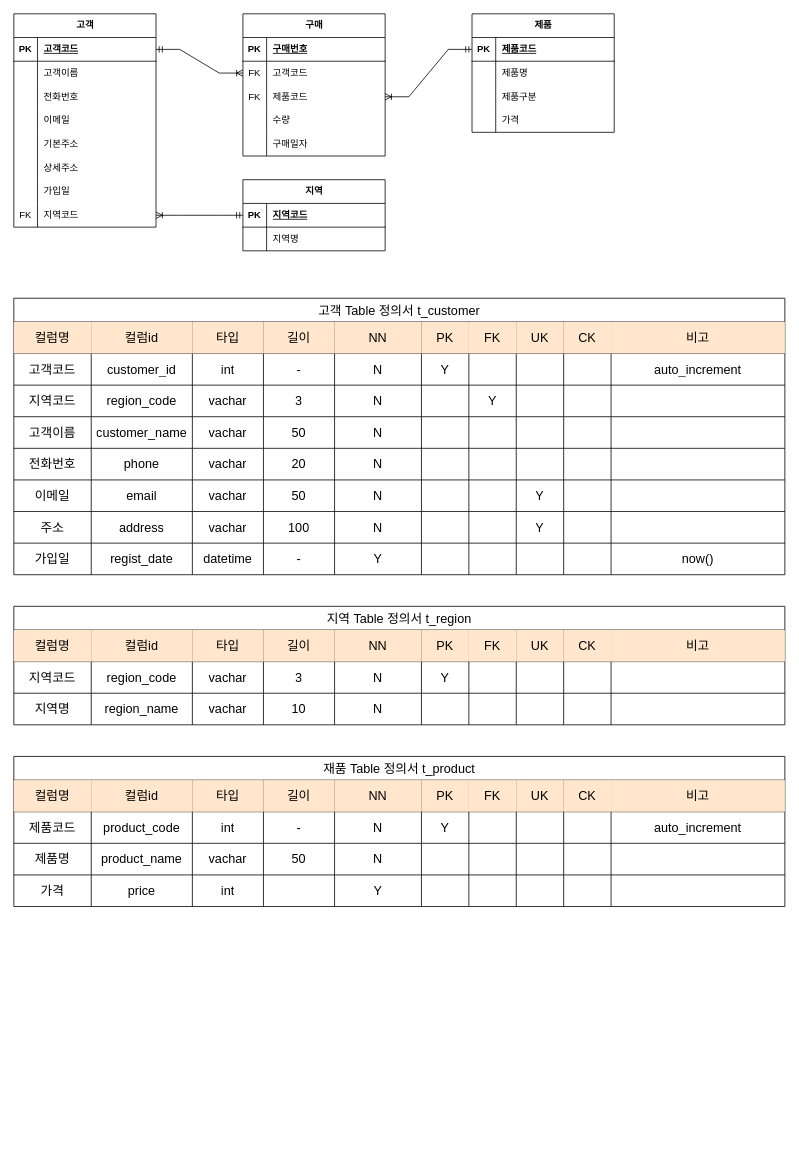
Earlier version of the draw.io diagram page "페이지-2" (2 of 2) of 제목 없는 다이어그램.drawio (joohyunProjectStorage/erd_sample). Source tidied: cells renumbered, new cells numbered last; positions are measured from the earlier drawing's top-left corner, leaving out a move shared by most shapes. Both pictures are drawn from the tidied source at 79%, with x=0, y=0 at pixel (13, 13).
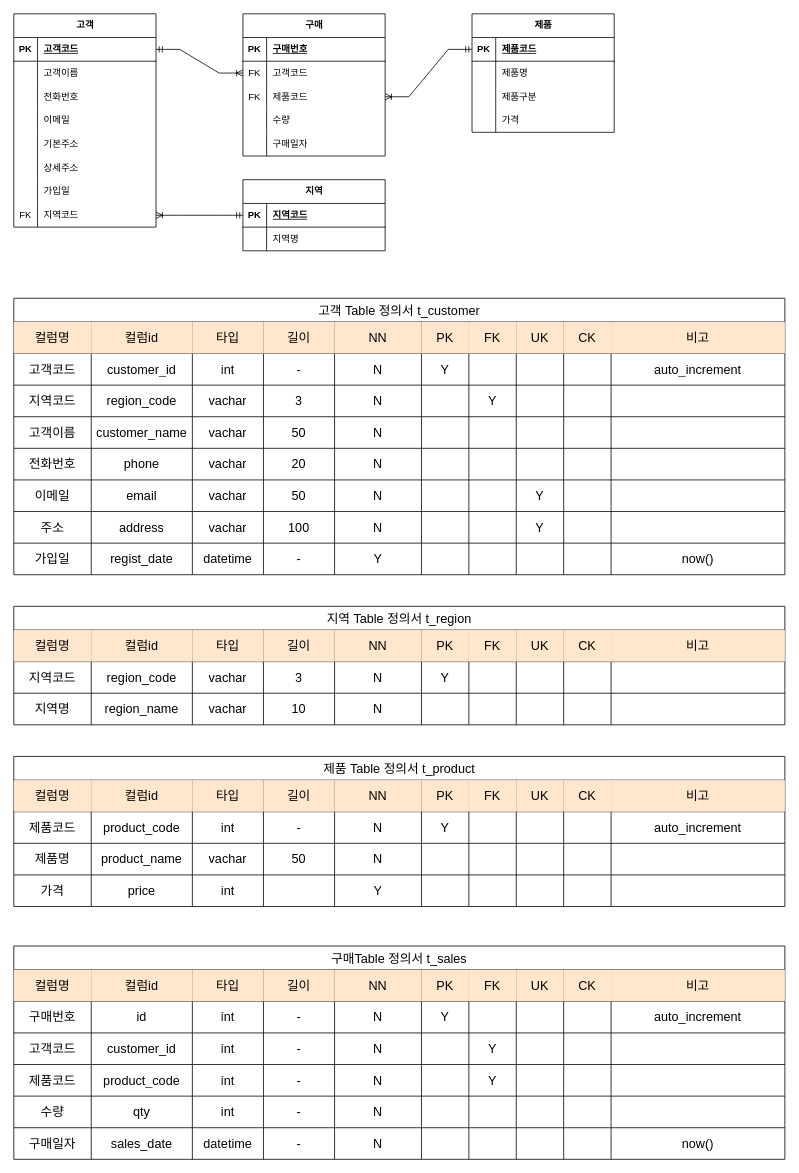
After the change.

Commit message (it also covers changes not shown here):
제목 없는 다이어그램.drawio 업데이트

Diff of the diagram source:
```diff
@@
-    <mxCell id="189" value="재품 Table 정의서 t_product" style="shape=table;startSize=30;childLayout=tableLayout;strokeColor=default;fontSize=16;" parent="1" vertex="1">
+    <mxCell id="189" value="제품 Table 정의서 t_product" style="shape=table;startSize=30;childLayout=tableLayout;strokeColor=default;fontSize=16;" parent="1" vertex="1">
       <mxGeometry y="940" width="976" height="190" as="geometry" />
     </mxCell>
@@
+    <mxCell id="234" value="구매Table 정의서 t_sales" style="shape=table;startSize=30;childLayout=tableLayout;strokeColor=default;fontSize=16;" parent="1" vertex="1">
+      <mxGeometry y="1180" width="976" height="270" as="geometry" />
+    </mxCell>
+    <mxCell id="235" style="shape=tableRow;horizontal=0;startSize=0;swimlaneHead=0;swimlaneBody=0;strokeColor=inherit;top=0;left=0;bottom=0;right=0;fillColor=none;fontSize=16;" parent="234" vertex="1">
+      <mxGeometry y="30" width="976" height="40" as="geometry" />
+    </mxCell>
+    <mxCell id="236" value="컬럼명" style="shape=partialRectangle;html=1;whiteSpace=wrap;strokeColor=#d79b00;overflow=hidden;fillColor=#ffe6cc;top=0;left=0;bottom=0;right=0;fontSize=16;" parent="235" vertex="1">
+      <mxGeometry width="98" height="40" as="geometry" />
+    </mxCell>
+    <mxCell id="237" value="컬럼id" style="shape=partialRectangle;html=1;whiteSpace=wrap;strokeColor=#d79b00;overflow=hidden;fillColor=#ffe6cc;top=0;left=0;bottom=0;right=0;fontSize=16;" parent="235" vertex="1">
+      <mxGeometry x="98" width="128" height="40" as="geometry" />
+    </mxCell>
+    <mxCell id="238" value="타입" style="shape=partialRectangle;html=1;whiteSpace=wrap;strokeColor=#d79b00;overflow=hidden;fillColor=#ffe6cc;top=0;left=0;bottom=0;right=0;fontSize=16;" parent="235" vertex="1">
+      <mxGeometry x="226" width="90" height="40" as="geometry" />
+    </mxCell>
+    <mxCell id="239" value="길이" style="shape=partialRectangle;html=1;whiteSpace=wrap;strokeColor=#d79b00;overflow=hidden;fillColor=#ffe6cc;top=0;left=0;bottom=0;right=0;fontSize=16;" parent="235" vertex="1">
+      <mxGeometry x="316" width="90" height="40" as="geometry" />
+    </mxCell>
+    <mxCell id="240" value="NN" style="shape=partialRectangle;html=1;whiteSpace=wrap;strokeColor=#d79b00;overflow=hidden;fillColor=#ffe6cc;top=0;left=0;bottom=0;right=0;fontSize=16;" parent="235" vertex="1">
+      <mxGeometry x="406" width="110" height="40" as="geometry" />
+    </mxCell>
+    <mxCell id="241" value="PK" style="shape=partialRectangle;html=1;whiteSpace=wrap;strokeColor=#d79b00;overflow=hidden;fillColor=#ffe6cc;top=0;left=0;bottom=0;right=0;fontSize=16;" parent="235" vertex="1">
+      <mxGeometry x="516" width="60" height="40" as="geometry" />
+    </mxCell>
+    <mxCell id="242" value="FK" style="shape=partialRectangle;html=1;whiteSpace=wrap;strokeColor=#d79b00;overflow=hidden;fillColor=#ffe6cc;top=0;left=0;bottom=0;right=0;fontSize=16;" parent="235" vertex="1">
+      <mxGeometry x="576" width="60" height="40" as="geometry" />
+    </mxCell>
+    <mxCell id="243" value="UK" style="shape=partialRectangle;html=1;whiteSpace=wrap;strokeColor=#d79b00;overflow=hidden;fillColor=#ffe6cc;top=0;left=0;bottom=0;right=0;fontSize=16;" parent="235" vertex="1">
+      <mxGeometry x="636" width="60" height="40" as="geometry" />
+    </mxCell>
+    <mxCell id="244" value="CK" style="shape=partialRectangle;html=1;whiteSpace=wrap;strokeColor=#d79b00;overflow=hidden;fillColor=#ffe6cc;top=0;left=0;bottom=0;right=0;fontSize=16;" parent="235" vertex="1">
+      <mxGeometry x="696" width="60" height="40" as="geometry" />
+    </mxCell>
+    <mxCell id="245" value="비고" style="shape=partialRectangle;html=1;whiteSpace=wrap;strokeColor=#d79b00;overflow=hidden;fillColor=#ffe6cc;top=0;left=0;bottom=0;right=0;fontSize=16;" parent="235" vertex="1">
+      <mxGeometry x="756" width="220" height="40" as="geometry" />
+    </mxCell>
+    <mxCell id="246" style="shape=tableRow;horizontal=0;startSize=0;swimlaneHead=0;swimlaneBody=0;strokeColor=inherit;top=0;left=0;bottom=0;right=0;fillColor=none;fontSize=16;" parent="234" vertex="1">
+      <mxGeometry y="70" width="976" height="40" as="geometry" />
+    </mxCell>
+    <mxCell id="247" value="구매번호" style="shape=partialRectangle;html=1;whiteSpace=wrap;strokeColor=inherit;overflow=hidden;fillColor=none;top=0;left=0;bottom=0;right=0;fontSize=16;" parent="246" vertex="1">
+      <mxGeometry width="98" height="40" as="geometry" />
+    </mxCell>
+    <mxCell id="248" value="id" style="shape=partialRectangle;html=1;whiteSpace=wrap;strokeColor=inherit;overflow=hidden;fillColor=none;top=0;left=0;bottom=0;right=0;fontSize=16;" parent="246" vertex="1">
+      <mxGeometry x="98" width="128" height="40" as="geometry" />
+    </mxCell>
+    <mxCell id="249" value="int" style="shape=partialRectangle;html=1;whiteSpace=wrap;strokeColor=inherit;overflow=hidden;fillColor=none;top=0;left=0;bottom=0;right=0;fontSize=16;" parent="246" vertex="1">
+      <mxGeometry x="226" width="90" height="40" as="geometry" />
+    </mxCell>
+    <mxCell id="250" value="-" style="shape=partialRectangle;html=1;whiteSpace=wrap;strokeColor=inherit;overflow=hidden;fillColor=none;top=0;left=0;bottom=0;right=0;fontSize=16;" parent="246" vertex="1">
+      <mxGeometry x="316" width="90" height="40" as="geometry" />
+    </mxCell>
+    <mxCell id="251" value="N" style="shape=partialRectangle;html=1;whiteSpace=wrap;strokeColor=inherit;overflow=hidden;fillColor=none;top=0;left=0;bottom=0;right=0;fontSize=16;" parent="246" vertex="1">
+      <mxGeometry x="406" width="110" height="40" as="geometry" />
+    </mxCell>
+    <mxCell id="252" value="Y" style="shape=partialRectangle;html=1;whiteSpace=wrap;strokeColor=inherit;overflow=hidden;fillColor=none;top=0;left=0;bottom=0;right=0;fontSize=16;" parent="246" vertex="1">
+      <mxGeometry x="516" width="60" height="40" as="geometry" />
+    </mxCell>
+    <mxCell id="253" style="shape=partialRectangle;html=1;whiteSpace=wrap;strokeColor=inherit;overflow=hidden;fillColor=none;top=0;left=0;bottom=0;right=0;fontSize=16;" parent="246" vertex="1">
+      <mxGeometry x="576" width="60" height="40" as="geometry" />
+    </mxCell>
+    <mxCell id="254" style="shape=partialRectangle;html=1;whiteSpace=wrap;strokeColor=inherit;overflow=hidden;fillColor=none;top=0;left=0;bottom=0;right=0;fontSize=16;" parent="246" vertex="1">
+      <mxGeometry x="636" width="60" height="40" as="geometry" />
+    </mxCell>
+    <mxCell id="255" style="shape=partialRectangle;html=1;whiteSpace=wrap;strokeColor=inherit;overflow=hidden;fillColor=none;top=0;left=0;bottom=0;right=0;fontSize=16;" parent="246" vertex="1">
+      <mxGeometry x="696" width="60" height="40" as="geometry" />
+    </mxCell>
+    <mxCell id="256" value="auto_increment" style="shape=partialRectangle;html=1;whiteSpace=wrap;strokeColor=inherit;overflow=hidden;fillColor=none;top=0;left=0;bottom=0;right=0;fontSize=16;" parent="246" vertex="1">
+      <mxGeometry x="756" width="220" height="40" as="geometry" />
+    </mxCell>
+    <mxCell id="257" style="shape=tableRow;horizontal=0;startSize=0;swimlaneHead=0;swimlaneBody=0;strokeColor=inherit;top=0;left=0;bottom=0;right=0;fillColor=none;fontSize=16;" parent="234" vertex="1">
+      <mxGeometry y="110" width="976" height="40" as="geometry" />
+    </mxCell>
+    <mxCell id="258" value="고객코드" style="shape=partialRectangle;html=1;whiteSpace=wrap;strokeColor=inherit;overflow=hidden;fillColor=none;top=0;left=0;bottom=0;right=0;fontSize=16;" parent="257" vertex="1">
+      <mxGeometry width="98" height="40" as="geometry" />
+    </mxCell>
+    <mxCell id="259" value="customer_id" style="shape=partialRectangle;html=1;whiteSpace=wrap;strokeColor=inherit;overflow=hidden;fillColor=none;top=0;left=0;bottom=0;right=0;fontSize=16;" parent="257" vertex="1">
+      <mxGeometry x="98" width="128" height="40" as="geometry" />
+    </mxCell>
+    <mxCell id="260" value="int" style="shape=partialRectangle;html=1;whiteSpace=wrap;strokeColor=inherit;overflow=hidden;fillColor=none;top=0;left=0;bottom=0;right=0;fontSize=16;" parent="257" vertex="1">
+      <mxGeometry x="226" width="90" height="40" as="geometry" />
+    </mxCell>
+    <mxCell id="261" value="-" style="shape=partialRectangle;html=1;whiteSpace=wrap;strokeColor=inherit;overflow=hidden;fillColor=none;top=0;left=0;bottom=0;right=0;fontSize=16;" parent="257" vertex="1">
+      <mxGeometry x="316" width="90" height="40" as="geometry" />
+    </mxCell>
+    <mxCell id="262" value="N" style="shape=partialRectangle;html=1;whiteSpace=wrap;strokeColor=inherit;overflow=hidden;fillColor=none;top=0;left=0;bottom=0;right=0;fontSize=16;" parent="257" vertex="1">
+      <mxGeometry x="406" width="110" height="40" as="geometry" />
+    </mxCell>
+    <mxCell id="263" style="shape=partialRectangle;html=1;whiteSpace=wrap;strokeColor=inherit;overflow=hidden;fillColor=none;top=0;left=0;bottom=0;right=0;fontSize=16;" parent="257" vertex="1">
+      <mxGeometry x="516" width="60" height="40" as="geometry" />
+    </mxCell>
+    <mxCell id="264" value="Y" style="shape=partialRectangle;html=1;whiteSpace=wrap;strokeColor=inherit;overflow=hidden;fillColor=none;top=0;left=0;bottom=0;right=0;fontSize=16;" parent="257" vertex="1">
+      <mxGeometry x="576" width="60" height="40" as="geometry" />
+    </mxCell>
+    <mxCell id="265" style="shape=partialRectangle;html=1;whiteSpace=wrap;strokeColor=inherit;overflow=hidden;fillColor=none;top=0;left=0;bottom=0;right=0;fontSize=16;" parent="257" vertex="1">
+      <mxGeometry x="636" width="60" height="40" as="geometry" />
+    </mxCell>
+    <mxCell id="266" style="shape=partialRectangle;html=1;whiteSpace=wrap;strokeColor=inherit;overflow=hidden;fillColor=none;top=0;left=0;bottom=0;right=0;fontSize=16;" parent="257" vertex="1">
+      <mxGeometry x="696" width="60" height="40" as="geometry" />
+    </mxCell>
+    <mxCell id="267" style="shape=partialRectangle;html=1;whiteSpace=wrap;strokeColor=inherit;overflow=hidden;fillColor=none;top=0;left=0;bottom=0;right=0;fontSize=16;" parent="257" vertex="1">
+      <mxGeometry x="756" width="220" height="40" as="geometry" />
+    </mxCell>
+    <mxCell id="268" style="shape=tableRow;horizontal=0;startSize=0;swimlaneHead=0;swimlaneBody=0;strokeColor=inherit;top=0;left=0;bottom=0;right=0;fillColor=none;fontSize=16;" parent="234" vertex="1">
+      <mxGeometry y="150" width="976" height="40" as="geometry" />
+    </mxCell>
+    <mxCell id="269" value="제품코드" style="shape=partialRectangle;html=1;whiteSpace=wrap;strokeColor=inherit;overflow=hidden;fillColor=none;top=0;left=0;bottom=0;right=0;fontSize=16;" parent="268" vertex="1">
+      <mxGeometry width="98" height="40" as="geometry" />
+    </mxCell>
+    <mxCell id="270" value="product_code" style="shape=partialRectangle;html=1;whiteSpace=wrap;strokeColor=inherit;overflow=hidden;fillColor=none;top=0;left=0;bottom=0;right=0;fontSize=16;" parent="268" vertex="1">
+      <mxGeometry x="98" width="128" height="40" as="geometry" />
+    </mxCell>
+    <mxCell id="271" value="int" style="shape=partialRectangle;html=1;whiteSpace=wrap;strokeColor=inherit;overflow=hidden;fillColor=none;top=0;left=0;bottom=0;right=0;fontSize=16;" parent="268" vertex="1">
+      <mxGeometry x="226" width="90" height="40" as="geometry" />
+    </mxCell>
+    <mxCell id="272" value="-" style="shape=partialRectangle;html=1;whiteSpace=wrap;strokeColor=inherit;overflow=hidden;fillColor=none;top=0;left=0;bottom=0;right=0;fontSize=16;" parent="268" vertex="1">
+      <mxGeometry x="316" width="90" height="40" as="geometry" />
+    </mxCell>
+    <mxCell id="273" value="N" style="shape=partialRectangle;html=1;whiteSpace=wrap;strokeColor=inherit;overflow=hidden;fillColor=none;top=0;left=0;bottom=0;right=0;fontSize=16;" parent="268" vertex="1">
+      <mxGeometry x="406" width="110" height="40" as="geometry" />
+    </mxCell>
+    <mxCell id="274" style="shape=partialRectangle;html=1;whiteSpace=wrap;strokeColor=inherit;overflow=hidden;fillColor=none;top=0;left=0;bottom=0;right=0;fontSize=16;" parent="268" vertex="1">
+      <mxGeometry x="516" width="60" height="40" as="geometry" />
+    </mxCell>
+    <mxCell id="275" value="Y" style="shape=partialRectangle;html=1;whiteSpace=wrap;strokeColor=inherit;overflow=hidden;fillColor=none;top=0;left=0;bottom=0;right=0;fontSize=16;" parent="268" vertex="1">
+      <mxGeometry x="576" width="60" height="40" as="geometry" />
+    </mxCell>
+    <mxCell id="276" style="shape=partialRectangle;html=1;whiteSpace=wrap;strokeColor=inherit;overflow=hidden;fillColor=none;top=0;left=0;bottom=0;right=0;fontSize=16;" parent="268" vertex="1">
+      <mxGeometry x="636" width="60" height="40" as="geometry" />
+    </mxCell>
+    <mxCell id="277" style="shape=partialRectangle;html=1;whiteSpace=wrap;strokeColor=inherit;overflow=hidden;fillColor=none;top=0;left=0;bottom=0;right=0;fontSize=16;" parent="268" vertex="1">
+      <mxGeometry x="696" width="60" height="40" as="geometry" />
+    </mxCell>
+    <mxCell id="278" style="shape=partialRectangle;html=1;whiteSpace=wrap;strokeColor=inherit;overflow=hidden;fillColor=none;top=0;left=0;bottom=0;right=0;fontSize=16;" parent="268" vertex="1">
+      <mxGeometry x="756" width="220" height="40" as="geometry" />
+    </mxCell>
+    <mxCell id="279" style="shape=tableRow;horizontal=0;startSize=0;swimlaneHead=0;swimlaneBody=0;strokeColor=inherit;top=0;left=0;bottom=0;right=0;fillColor=none;fontSize=16;" parent="234" vertex="1">
+      <mxGeometry y="190" width="976" height="40" as="geometry" />
+    </mxCell>
+    <mxCell id="280" value="수량" style="shape=partialRectangle;html=1;whiteSpace=wrap;strokeColor=inherit;overflow=hidden;fillColor=none;top=0;left=0;bottom=0;right=0;fontSize=16;" parent="279" vertex="1">
+      <mxGeometry width="98" height="40" as="geometry" />
+    </mxCell>
+    <mxCell id="281" value="qty" style="shape=partialRectangle;html=1;whiteSpace=wrap;strokeColor=inherit;overflow=hidden;fillColor=none;top=0;left=0;bottom=0;right=0;fontSize=16;" parent="279" vertex="1">
+      <mxGeometry x="98" width="128" height="40" as="geometry" />
+    </mxCell>
+    <mxCell id="282" value="int" style="shape=partialRectangle;html=1;whiteSpace=wrap;strokeColor=inherit;overflow=hidden;fillColor=none;top=0;left=0;bottom=0;right=0;fontSize=16;" parent="279" vertex="1">
+      <mxGeometry x="226" width="90" height="40" as="geometry" />
+    </mxCell>
+    <mxCell id="283" value="-" style="shape=partialRectangle;html=1;whiteSpace=wrap;strokeColor=inherit;overflow=hidden;fillColor=none;top=0;left=0;bottom=0;right=0;fontSize=16;" parent="279" vertex="1">
+      <mxGeometry x="316" width="90" height="40" as="geometry" />
+    </mxCell>
+    <mxCell id="284" value="N" style="shape=partialRectangle;html=1;whiteSpace=wrap;strokeColor=inherit;overflow=hidden;fillColor=none;top=0;left=0;bottom=0;right=0;fontSize=16;" parent="279" vertex="1">
+      <mxGeometry x="406" width="110" height="40" as="geometry" />
+    </mxCell>
+    <mxCell id="285" style="shape=partialRectangle;html=1;whiteSpace=wrap;strokeColor=inherit;overflow=hidden;fillColor=none;top=0;left=0;bottom=0;right=0;fontSize=16;" parent="279" vertex="1">
+      <mxGeometry x="516" width="60" height="40" as="geometry" />
+    </mxCell>
+    <mxCell id="286" style="shape=partialRectangle;html=1;whiteSpace=wrap;strokeColor=inherit;overflow=hidden;fillColor=none;top=0;left=0;bottom=0;right=0;fontSize=16;" parent="279" vertex="1">
+      <mxGeometry x="576" width="60" height="40" as="geometry" />
+    </mxCell>
+    <mxCell id="287" style="shape=partialRectangle;html=1;whiteSpace=wrap;strokeColor=inherit;overflow=hidden;fillColor=none;top=0;left=0;bottom=0;right=0;fontSize=16;" parent="279" vertex="1">
+      <mxGeometry x="636" width="60" height="40" as="geometry" />
+    </mxCell>
+    <mxCell id="288" style="shape=partialRectangle;html=1;whiteSpace=wrap;strokeColor=inherit;overflow=hidden;fillColor=none;top=0;left=0;bottom=0;right=0;fontSize=16;" parent="279" vertex="1">
+      <mxGeometry x="696" width="60" height="40" as="geometry" />
+    </mxCell>
+    <mxCell id="289" style="shape=partialRectangle;html=1;whiteSpace=wrap;strokeColor=inherit;overflow=hidden;fillColor=none;top=0;left=0;bottom=0;right=0;fontSize=16;" parent="279" vertex="1">
+      <mxGeometry x="756" width="220" height="40" as="geometry" />
+    </mxCell>
+    <mxCell id="290" style="shape=tableRow;horizontal=0;startSize=0;swimlaneHead=0;swimlaneBody=0;strokeColor=inherit;top=0;left=0;bottom=0;right=0;fillColor=none;fontSize=16;" parent="234" vertex="1">
+      <mxGeometry y="230" width="976" height="40" as="geometry" />
+    </mxCell>
+    <mxCell id="291" value="구매일자" style="shape=partialRectangle;html=1;whiteSpace=wrap;strokeColor=inherit;overflow=hidden;fillColor=none;top=0;left=0;bottom=0;right=0;fontSize=16;" parent="290" vertex="1">
+      <mxGeometry width="98" height="40" as="geometry" />
+    </mxCell>
+    <mxCell id="292" value="sales_date" style="shape=partialRectangle;html=1;whiteSpace=wrap;strokeColor=inherit;overflow=hidden;fillColor=none;top=0;left=0;bottom=0;right=0;fontSize=16;" parent="290" vertex="1">
+      <mxGeometry x="98" width="128" height="40" as="geometry" />
+    </mxCell>
+    <mxCell id="293" value="datetime" style="shape=partialRectangle;html=1;whiteSpace=wrap;strokeColor=inherit;overflow=hidden;fillColor=none;top=0;left=0;bottom=0;right=0;fontSize=16;" parent="290" vertex="1">
+      <mxGeometry x="226" width="90" height="40" as="geometry" />
+    </mxCell>
+    <mxCell id="294" value="-" style="shape=partialRectangle;html=1;whiteSpace=wrap;strokeColor=inherit;overflow=hidden;fillColor=none;top=0;left=0;bottom=0;right=0;fontSize=16;" parent="290" vertex="1">
+      <mxGeometry x="316" width="90" height="40" as="geometry" />
+    </mxCell>
+    <mxCell id="295" value="N" style="shape=partialRectangle;html=1;whiteSpace=wrap;strokeColor=inherit;overflow=hidden;fillColor=none;top=0;left=0;bottom=0;right=0;fontSize=16;" parent="290" vertex="1">
+      <mxGeometry x="406" width="110" height="40" as="geometry" />
+    </mxCell>
+    <mxCell id="296" style="shape=partialRectangle;html=1;whiteSpace=wrap;strokeColor=inherit;overflow=hidden;fillColor=none;top=0;left=0;bottom=0;right=0;fontSize=16;" parent="290" vertex="1">
+      <mxGeometry x="516" width="60" height="40" as="geometry" />
+    </mxCell>
+    <mxCell id="297" style="shape=partialRectangle;html=1;whiteSpace=wrap;strokeColor=inherit;overflow=hidden;fillColor=none;top=0;left=0;bottom=0;right=0;fontSize=16;" parent="290" vertex="1">
+      <mxGeometry x="576" width="60" height="40" as="geometry" />
+    </mxCell>
+    <mxCell id="298" style="shape=partialRectangle;html=1;whiteSpace=wrap;strokeColor=inherit;overflow=hidden;fillColor=none;top=0;left=0;bottom=0;right=0;fontSize=16;" parent="290" vertex="1">
+      <mxGeometry x="636" width="60" height="40" as="geometry" />
+    </mxCell>
+    <mxCell id="299" style="shape=partialRectangle;html=1;whiteSpace=wrap;strokeColor=inherit;overflow=hidden;fillColor=none;top=0;left=0;bottom=0;right=0;fontSize=16;" parent="290" vertex="1">
+      <mxGeometry x="696" width="60" height="40" as="geometry" />
+    </mxCell>
+    <mxCell id="300" value="now()" style="shape=partialRectangle;html=1;whiteSpace=wrap;strokeColor=inherit;overflow=hidden;fillColor=none;top=0;left=0;bottom=0;right=0;fontSize=16;" parent="290" vertex="1">
+      <mxGeometry x="756" width="220" height="40" as="geometry" />
+    </mxCell>
```
